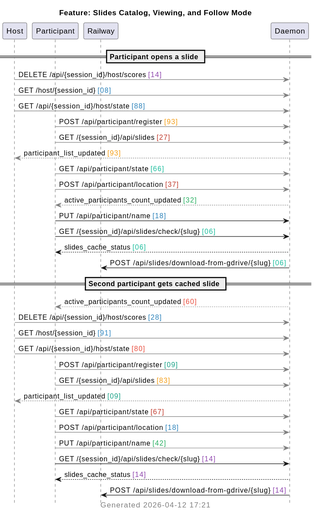
This is docs/sequences/extracted/svg/06-slides.svg from victorrentea/training-assistant, a PlantUML export, as it was before one commit.
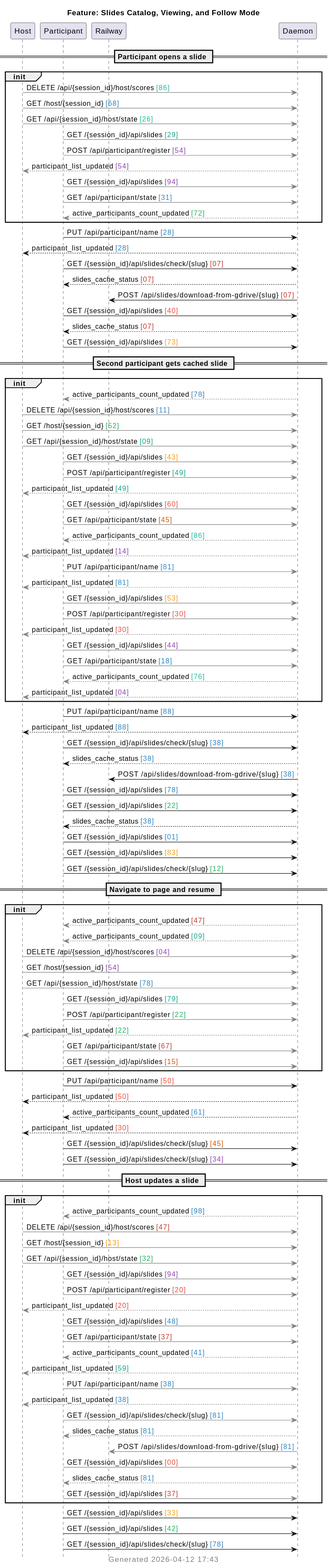
Later version of the same file.

Commit message:
docs: regenerated slides sequence with init blocks, 4 scenarios, no dedup

Change to the diagram source:
```diff
@@ -1,7 +1,7 @@
 @startuml
 hide footbox
 title Feature: Slides Catalog, Viewing, and Follow Mode
-caption <color:gray>Generated 2026-04-12 17:21</color>
+caption <color:gray>Generated 2026-04-12 17:43</color>
 
 participant "Host"
 participant "Participant"
@@ -9,32 +9,104 @@
 participant "Daemon"
 
 == Participant opens a slide ==
-"Host" [#gray]-> "Daemon": DELETE /api/{session_id}/host/scores <color:#8E44AD>[14]</color>
-"Host" [#gray]-> "Daemon": GET /host/{session_id} <color:#2980B9>[08]</color>
-"Host" [#gray]-> "Daemon": GET /api/{session_id}/host/state <color:#2980B9>[88]</color>
-"Participant" [#gray]-> "Daemon": POST /api/participant/register <color:#F39C12>[93]</color>
-"Participant" [#gray]-> "Daemon": GET /{session_id}/api/slides <color:#C0392B>[27]</color>
-"Daemon" [#gray]--> "Host": participant_list_updated <color:#F39C12>[93]</color>
-"Participant" [#gray]-> "Daemon": GET /api/participant/state <color:#1ABC9C>[66]</color>
-"Participant" [#gray]-> "Daemon": POST /api/participant/location <color:#C0392B>[37]</color>
-"Daemon" [#gray]--> "Participant": active_participants_count_updated <color:#27AE60>[32]</color>
-"Participant" -> "Daemon": PUT /api/participant/name <color:#2980B9>[18]</color>
-"Participant" -> "Daemon": GET /{session_id}/api/slides/check/{slug} <color:#1ABC9C>[06]</color>
-"Daemon" --> "Participant": slides_cache_status <color:#1ABC9C>[06]</color>
-"Daemon" -> "Railway": POST /api/slides/download-from-gdrive/{slug} <color:#1ABC9C>[06]</color>
+group init
+  "Host" [#gray]-> "Daemon": DELETE /api/{session_id}/host/scores <color:#1ABC9C>[86]</color>
+  "Host" [#gray]-> "Daemon": GET /host/{session_id} <color:#2980B9>[68]</color>
+  "Host" [#gray]-> "Daemon": GET /api/{session_id}/host/state <color:#1ABC9C>[26]</color>
+  "Participant" [#gray]-> "Daemon": GET /{session_id}/api/slides <color:#16A085>[29]</color>
+  "Participant" [#gray]-> "Daemon": POST /api/participant/register <color:#8E44AD>[54]</color>
+  "Daemon" [#gray]--> "Host": participant_list_updated <color:#8E44AD>[54]</color>
+  "Participant" [#gray]-> "Daemon": GET /{session_id}/api/slides <color:#8E44AD>[94]</color>
+  "Participant" [#gray]-> "Daemon": GET /api/participant/state <color:#2E86C1>[31]</color>
+  "Daemon" [#gray]--> "Participant": active_participants_count_updated <color:#27AE60>[72]</color>
+end
+"Participant" -> "Daemon": PUT /api/participant/name <color:#2980B9>[28]</color>
+"Daemon" --> "Host": participant_list_updated <color:#2980B9>[28]</color>
+"Participant" -> "Daemon": GET /{session_id}/api/slides/check/{slug} <color:#C0392B>[07]</color>
+"Daemon" --> "Participant": slides_cache_status <color:#C0392B>[07]</color>
+"Daemon" -> "Railway": POST /api/slides/download-from-gdrive/{slug} <color:#C0392B>[07]</color>
+"Participant" -> "Daemon": GET /{session_id}/api/slides <color:#E74C3C>[40]</color>
+"Daemon" --> "Participant": slides_cache_status <color:#C0392B>[07]</color>
+"Participant" -> "Daemon": GET /{session_id}/api/slides <color:#F39C12>[73]</color>
 
 == Second participant gets cached slide ==
-"Daemon" [#gray]--> "Participant": active_participants_count_updated <color:#E74C3C>[60]</color>
-"Host" [#gray]-> "Daemon": DELETE /api/{session_id}/host/scores <color:#2980B9>[28]</color>
-"Host" [#gray]-> "Daemon": GET /host/{session_id} <color:#2E86C1>[91]</color>
-"Host" [#gray]-> "Daemon": GET /api/{session_id}/host/state <color:#E74C3C>[80]</color>
-"Participant" [#gray]-> "Daemon": POST /api/participant/register <color:#16A085>[09]</color>
-"Participant" [#gray]-> "Daemon": GET /{session_id}/api/slides <color:#F39C12>[83]</color>
-"Daemon" [#gray]--> "Host": participant_list_updated <color:#16A085>[09]</color>
-"Participant" [#gray]-> "Daemon": GET /api/participant/state <color:#C0392B>[67]</color>
-"Participant" [#gray]-> "Daemon": POST /api/participant/location <color:#2980B9>[18]</color>
-"Participant" [#gray]-> "Daemon": PUT /api/participant/name <color:#27AE60>[42]</color>
-"Participant" -> "Daemon": GET /{session_id}/api/slides/check/{slug} <color:#8E44AD>[14]</color>
-"Daemon" --> "Participant": slides_cache_status <color:#8E44AD>[14]</color>
-"Daemon" -> "Railway": POST /api/slides/download-from-gdrive/{slug} <color:#8E44AD>[14]</color>
+group init
+  "Daemon" [#gray]--> "Participant": active_participants_count_updated <color:#2980B9>[78]</color>
+  "Host" [#gray]-> "Daemon": DELETE /api/{session_id}/host/scores <color:#2E86C1>[11]</color>
+  "Host" [#gray]-> "Daemon": GET /host/{session_id} <color:#27AE60>[52]</color>
+  "Host" [#gray]-> "Daemon": GET /api/{session_id}/host/state <color:#16A085>[09]</color>
+  "Participant" [#gray]-> "Daemon": GET /{session_id}/api/slides <color:#F39C12>[43]</color>
+  "Participant" [#gray]-> "Daemon": POST /api/participant/register <color:#16A085>[49]</color>
+  "Daemon" [#gray]--> "Host": participant_list_updated <color:#16A085>[49]</color>
+  "Participant" [#gray]-> "Daemon": GET /{session_id}/api/slides <color:#E74C3C>[60]</color>
+  "Participant" [#gray]-> "Daemon": GET /api/participant/state <color:#D35400>[45]</color>
+  "Daemon" [#gray]--> "Participant": active_participants_count_updated <color:#1ABC9C>[86]</color>
+  "Daemon" [#gray]--> "Host": participant_list_updated <color:#8E44AD>[14]</color>
+  "Participant" [#gray]-> "Daemon": PUT /api/participant/name <color:#2E86C1>[81]</color>
+  "Daemon" [#gray]--> "Host": participant_list_updated <color:#2E86C1>[81]</color>
+  "Participant" [#gray]-> "Daemon": GET /{session_id}/api/slides <color:#F39C12>[53]</color>
+  "Participant" [#gray]-> "Daemon": POST /api/participant/register <color:#E74C3C>[30]</color>
+  "Daemon" [#gray]--> "Host": participant_list_updated <color:#E74C3C>[30]</color>
+  "Participant" [#gray]-> "Daemon": GET /{session_id}/api/slides <color:#8E44AD>[44]</color>
+  "Participant" [#gray]-> "Daemon": GET /api/participant/state <color:#2980B9>[18]</color>
+  "Daemon" [#gray]--> "Participant": active_participants_count_updated <color:#1ABC9C>[76]</color>
+  "Daemon" [#gray]--> "Host": participant_list_updated <color:#8E44AD>[04]</color>
+end
+"Participant" -> "Daemon": PUT /api/participant/name <color:#2980B9>[88]</color>
+"Daemon" --> "Host": participant_list_updated <color:#2980B9>[88]</color>
+"Participant" -> "Daemon": GET /{session_id}/api/slides/check/{slug} <color:#2980B9>[38]</color>
+"Daemon" --> "Participant": slides_cache_status <color:#2980B9>[38]</color>
+"Daemon" -> "Railway": POST /api/slides/download-from-gdrive/{slug} <color:#2980B9>[38]</color>
+"Participant" -> "Daemon": GET /{session_id}/api/slides <color:#2980B9>[78]</color>
+"Participant" -> "Daemon": GET /{session_id}/api/slides <color:#27AE60>[22]</color>
+"Daemon" --> "Participant": slides_cache_status <color:#2980B9>[38]</color>
+"Participant" -> "Daemon": GET /{session_id}/api/slides <color:#2E86C1>[01]</color>
+"Participant" -> "Daemon": GET /{session_id}/api/slides <color:#F39C12>[83]</color>
+"Participant" -> "Daemon": GET /{session_id}/api/slides/check/{slug} <color:#27AE60>[12]</color>
+
+== Navigate to page and resume ==
+group init
+  "Daemon" [#gray]--> "Participant": active_participants_count_updated <color:#C0392B>[47]</color>
+  "Daemon" [#gray]--> "Participant": active_participants_count_updated <color:#16A085>[09]</color>
+  "Host" [#gray]-> "Daemon": DELETE /api/{session_id}/host/scores <color:#8E44AD>[04]</color>
+  "Host" [#gray]-> "Daemon": GET /host/{session_id} <color:#8E44AD>[54]</color>
+  "Host" [#gray]-> "Daemon": GET /api/{session_id}/host/state <color:#2980B9>[78]</color>
+  "Participant" [#gray]-> "Daemon": GET /{session_id}/api/slides <color:#16A085>[79]</color>
+  "Participant" [#gray]-> "Daemon": POST /api/participant/register <color:#27AE60>[22]</color>
+  "Daemon" [#gray]--> "Host": participant_list_updated <color:#27AE60>[22]</color>
+  "Participant" [#gray]-> "Daemon": GET /api/participant/state <color:#C0392B>[67]</color>
+  "Participant" [#gray]-> "Daemon": GET /{session_id}/api/slides <color:#D35400>[15]</color>
+end
+"Participant" -> "Daemon": PUT /api/participant/name <color:#E74C3C>[50]</color>
+"Daemon" --> "Host": participant_list_updated <color:#E74C3C>[50]</color>
+"Daemon" --> "Participant": active_participants_count_updated <color:#2E86C1>[61]</color>
+"Daemon" --> "Host": participant_list_updated <color:#E74C3C>[30]</color>
+"Participant" -> "Daemon": GET /{session_id}/api/slides/check/{slug} <color:#D35400>[45]</color>
+"Participant" -> "Daemon": GET /{session_id}/api/slides/check/{slug} <color:#8E44AD>[34]</color>
+
+== Host updates a slide ==
+group init
+  "Daemon" [#gray]--> "Participant": active_participants_count_updated <color:#2980B9>[98]</color>
+  "Host" [#gray]-> "Daemon": DELETE /api/{session_id}/host/scores <color:#C0392B>[47]</color>
+  "Host" [#gray]-> "Daemon": GET /host/{session_id} <color:#F39C12>[13]</color>
+  "Host" [#gray]-> "Daemon": GET /api/{session_id}/host/state <color:#27AE60>[32]</color>
+  "Participant" [#gray]-> "Daemon": GET /{session_id}/api/slides <color:#8E44AD>[94]</color>
+  "Participant" [#gray]-> "Daemon": POST /api/participant/register <color:#E74C3C>[20]</color>
+  "Daemon" [#gray]--> "Host": participant_list_updated <color:#E74C3C>[20]</color>
+  "Participant" [#gray]-> "Daemon": GET /{session_id}/api/slides <color:#2980B9>[48]</color>
+  "Participant" [#gray]-> "Daemon": GET /api/participant/state <color:#C0392B>[37]</color>
+  "Daemon" [#gray]--> "Participant": active_participants_count_updated <color:#2E86C1>[41]</color>
+  "Daemon" [#gray]--> "Host": participant_list_updated <color:#16A085>[59]</color>
+  "Participant" [#gray]-> "Daemon": PUT /api/participant/name <color:#2980B9>[38]</color>
+  "Daemon" [#gray]--> "Host": participant_list_updated <color:#2980B9>[38]</color>
+  "Participant" [#gray]-> "Daemon": GET /{session_id}/api/slides/check/{slug} <color:#2E86C1>[81]</color>
+  "Daemon" [#gray]--> "Participant": slides_cache_status <color:#2E86C1>[81]</color>
+  "Daemon" [#gray]-> "Railway": POST /api/slides/download-from-gdrive/{slug} <color:#2E86C1>[81]</color>
+  "Participant" [#gray]-> "Daemon": GET /{session_id}/api/slides <color:#E74C3C>[00]</color>
+  "Daemon" [#gray]--> "Participant": slides_cache_status <color:#2E86C1>[81]</color>
+  "Participant" [#gray]-> "Daemon": GET /{session_id}/api/slides <color:#C0392B>[37]</color>
+end
+"Participant" -> "Daemon": GET /{session_id}/api/slides <color:#F39C12>[33]</color>
+"Participant" -> "Daemon": GET /{session_id}/api/slides <color:#27AE60>[42]</color>
+"Participant" -> "Daemon": GET /{session_id}/api/slides/check/{slug} <color:#2980B9>[78]</color>
 @enduml
```
